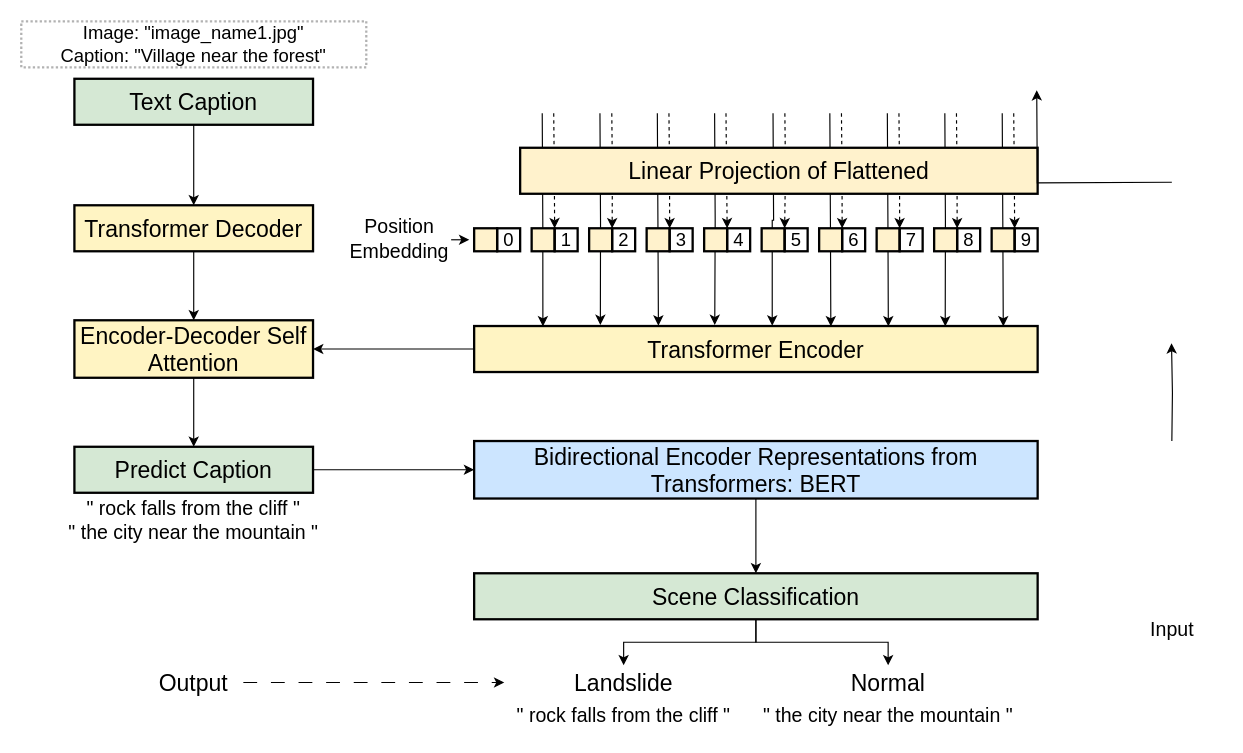
This is page "Architecture Flow Classification" (3 of 7) of Architecture.drawio from MingNarongthat/Anomaly_Transformers, a draw.io file, before an edit. Source tidied: cells renumbered, new cells numbered last; positions are measured from the earlier drawing's top-left corner, leaving out a move shared by most shapes. Both pictures are drawn from the tidied source at 115%, with x=0, y=0 at pixel (-795, 21).
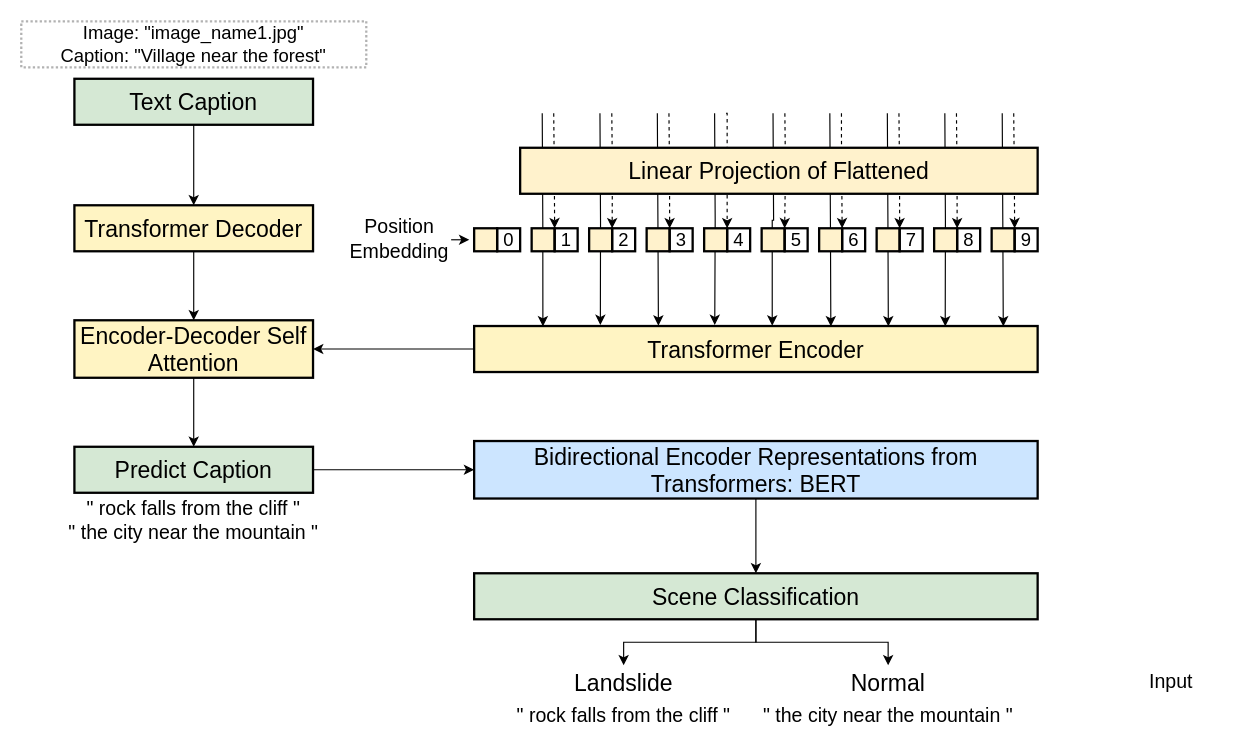
After the change.

The change refers to these unchanged cells:
```xml
<mxCell id="51" value="4" style="rounded=0;whiteSpace=wrap;html=1;fontFamily=Helvetica;fontSize=16;fontColor=default;fillColor=none;strokeWidth=2;" parent="1" vertex="1">
  <mxGeometry x="1322.8" y="180" width="20" height="20" as="geometry" />
</mxCell>
<mxCell id="55" value="6" style="rounded=0;whiteSpace=wrap;html=1;fontFamily=Helvetica;fontSize=16;fontColor=default;fillColor=none;strokeWidth=2;" parent="1" vertex="1">
  <mxGeometry x="1422.8" y="180" width="20" height="20" as="geometry" />
</mxCell>
```

The edit, as a diff of the source:
```diff
@@
     <mxCell id="2" style="edgeStyle=orthogonalEdgeStyle;shape=connector;rounded=0;sketch=0;jumpStyle=none;jettySize=auto;html=1;exitX=0.5;exitY=1;exitDx=0;exitDy=0;entryX=0;entryY=0;entryDx=0;entryDy=0;shadow=0;labelBackgroundColor=default;strokeColor=default;fontFamily=Helvetica;fontSize=16;fontColor=default;endArrow=classic;dashed=1;" parent="1" edge="1" target="51">
       <mxGeometry relative="1" as="geometry">
         <mxPoint x="1321.8" y="80" as="sourcePoint" />
+        <Array as="points">
+          <mxPoint x="1323" y="80" />
+        </Array>
       </mxGeometry>
     </mxCell>
@@
     <mxCell id="4" style="edgeStyle=orthogonalEdgeStyle;shape=connector;rounded=0;sketch=0;jumpStyle=none;jettySize=auto;html=1;exitX=0.5;exitY=1;exitDx=0;exitDy=0;entryX=0;entryY=0;entryDx=0;entryDy=0;shadow=0;labelBackgroundColor=default;strokeColor=default;fontFamily=Helvetica;fontSize=16;fontColor=default;endArrow=classic;dashed=1;" parent="1" edge="1" target="55">
       <mxGeometry relative="1" as="geometry">
         <mxPoint x="1422.2" y="80" as="sourcePoint" />
+        <Array as="points">
+          <mxPoint x="1423" y="100" />
+          <mxPoint x="1423" y="100" />
+        </Array>
       </mxGeometry>
     </mxCell>
@@
     <mxCell id="37" value="Input" style="rounded=0;whiteSpace=wrap;html=1;fontSize=17;fillColor=none;strokeColor=none;align=center;" parent="1" vertex="1">
-      <mxGeometry x="1664.5" y="515" width="90" height="30" as="geometry" />
+      <mxGeometry x="1663.5" y="560" width="90" height="30" as="geometry" />
     </mxCell>
@@
-    <mxCell id="62" style="edgeStyle=orthogonalEdgeStyle;shape=connector;rounded=0;sketch=0;jumpStyle=none;orthogonalLoop=1;jettySize=auto;html=1;exitX=0.5;exitY=0;exitDx=0;exitDy=0;entryX=0.5;entryY=1;entryDx=0;entryDy=0;shadow=0;labelBackgroundColor=default;strokeColor=default;fontFamily=Helvetica;fontSize=16;fontColor=default;endArrow=classic;" parent="1" edge="1">
-      <mxGeometry relative="1" as="geometry">
-        <mxPoint x="1709.5" y="365" as="sourcePoint" />
-        <mxPoint x="1709.2" y="280" as="targetPoint" />
-      </mxGeometry>
-    </mxCell>
-    <mxCell id="63" style="edgeStyle=orthogonalEdgeStyle;shape=connector;rounded=0;sketch=0;jumpStyle=none;orthogonalLoop=1;jettySize=auto;html=1;exitX=0.5;exitY=0;exitDx=0;exitDy=0;entryX=1;entryY=0.5;entryDx=0;entryDy=0;shadow=0;labelBackgroundColor=default;strokeColor=default;fontFamily=Helvetica;fontSize=16;fontColor=default;endArrow=classic;" parent="1" edge="1">
-      <mxGeometry relative="1" as="geometry">
-        <mxPoint x="1709.5" y="140" as="sourcePoint" />
-        <mxPoint x="1592" y="60" as="targetPoint" />
-      </mxGeometry>
-    </mxCell>
@@
-    <mxCell id="66" style="edgeStyle=orthogonalEdgeStyle;shape=connector;rounded=0;sketch=0;jumpStyle=none;jettySize=auto;html=1;exitX=1;exitY=0.5;exitDx=0;exitDy=0;shadow=0;labelBackgroundColor=default;strokeColor=default;fontFamily=Helvetica;fontSize=20;fontColor=default;endArrow=classic;strokeWidth=1;dashed=1;dashPattern=12 12;" parent="1" edge="1" source="67">
-      <mxGeometry relative="1" as="geometry">
-        <mxPoint x="1129" y="575" as="targetPoint" />
-      </mxGeometry>
-    </mxCell>
-    <mxCell id="67" value="Output" style="rounded=0;whiteSpace=wrap;html=1;fontSize=20;fillColor=none;strokeColor=none;align=center;" parent="1" vertex="1">
-      <mxGeometry x="815.9" y="560" width="86.2" height="30" as="geometry" />
-    </mxCell>
```
